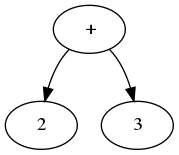
The Graphviz diagram diff/tree.png in alextroegubov/Technotrack-C-course, before a commit. Its source is kept beside it as diff/tree.dot.
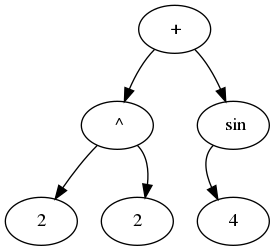
The same diagram one commit later.

What changed in the source:
```diff
@@ -1,8 +1,14 @@
 digraph G {
-94896090318480[label = "2"]
-94896090318640[label = " +"]
-94896090318640:sw ->94896090318480;
-94896090318640:se ->94896090318560;
-94896090318560[label = "3"]
+93891504404112[label = "2"]
+93891504404272[label = " ^"]
+93891504404272:sw ->93891504404112;
+93891504404272:se ->93891504404192;
+93891504404192[label = "2"]
+93891504404512[label = " +"]
+93891504404512:sw ->93891504404272;
+93891504404512:se ->93891504404432;
+93891504404352[label = "4"]
+93891504404432[label = " sin"]
+93891504404432:sw ->93891504404352;
 
 }
```
